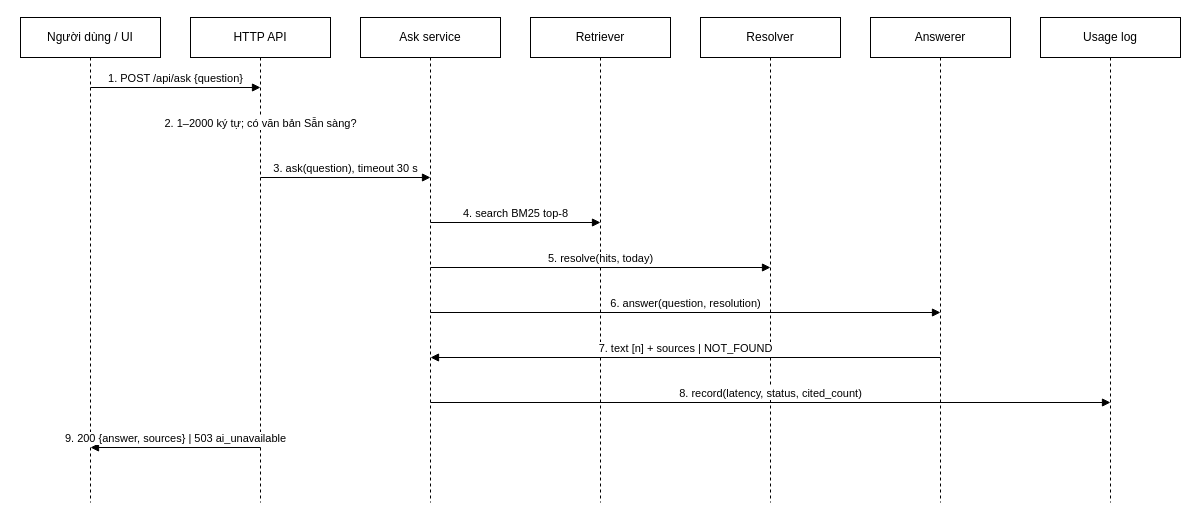
Above: docs/04-design/diagrams/sequence-ask.drawio in duyhung1/tra_cuu_quy_che (draw.io), before the change. Source tidied: cells renumbered, new cells numbered last; positions are measured from the earlier drawing's top-left corner, leaving out a move shared by most shapes. Both pictures are drawn from the tidied source at 100%, with x=0, y=0 at pixel (20, 17).
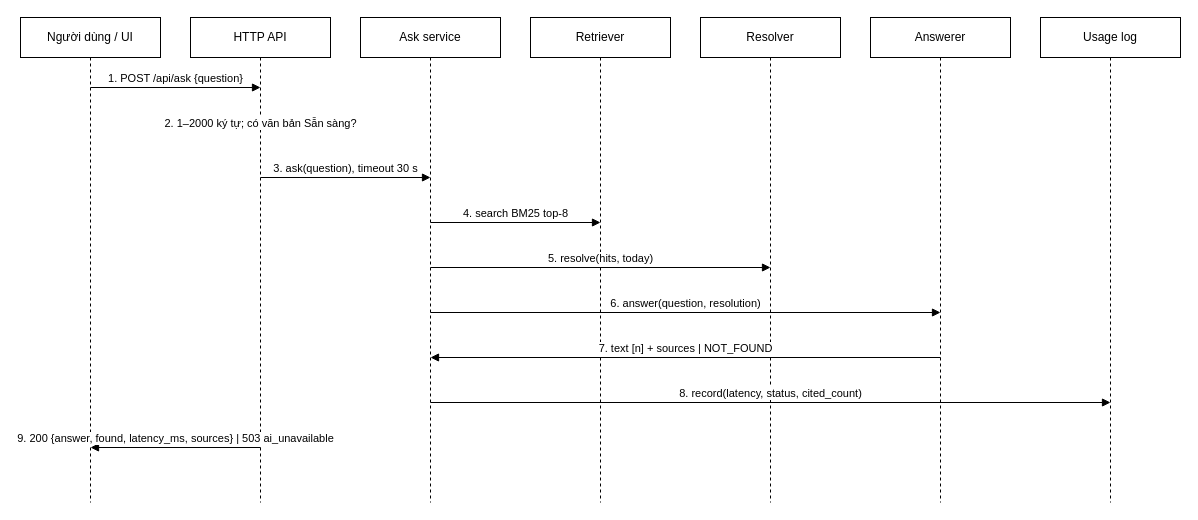
The same page after the edit.

The edit, as a diff of the source:
```diff
@@
-    <mxCell id="17" value="9. 200 {answer, sources} | 503 ai_unavailable" style="endArrow=block;html=1;verticalAlign=bottom;" parent="1" edge="1">
+    <mxCell id="17" value="9. 200 {answer, found, latency_ms, sources} | 503 ai_unavailable" style="endArrow=block;html=1;verticalAlign=bottom;" parent="1" edge="1">
       <mxGeometry relative="1" as="geometry">
         <mxPoint x="240" y="430" as="sourcePoint" />
         <mxPoint x="70" y="430" as="targetPoint" />
       </mxGeometry>
     </mxCell>
```
